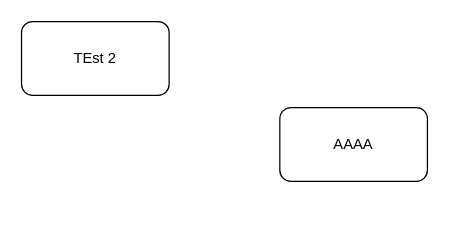
Above: Untitled Diagram.drawio in billy-pilger/quickstart-drupal (draw.io), before the change. Source tidied: cells renumbered, new cells numbered last; positions are measured from the earlier drawing's top-left corner, leaving out a move shared by most shapes. Both pictures are drawn from the tidied source at 123%, with x=0, y=0 at pixel (21, 21).
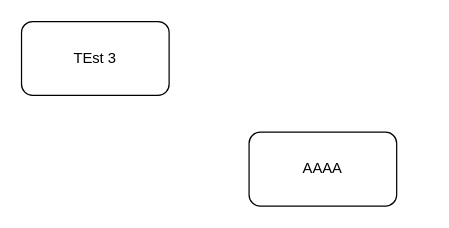
The same page after the edit.

Change to the diagram source:
```diff
@@
 <mxGraphModel>
   <root>
     <mxCell id="0" />
     <mxCell id="1" parent="0" />
-    <mxCell id="2" value="TEst 2" style="rounded=1;whiteSpace=wrap;html=1;" parent="1" vertex="1">
+    <mxCell id="2" value="TEst 3" style="rounded=1;whiteSpace=wrap;html=1;" parent="1" vertex="1">
       <mxGeometry width="120" height="60" as="geometry" />
     </mxCell>
     <mxCell id="3" value="AAAA" style="rounded=1;whiteSpace=wrap;html=1;" parent="1" vertex="1">
-      <mxGeometry x="210" y="70" width="120" height="60" as="geometry" />
+      <mxGeometry x="185" y="90" width="120" height="60" as="geometry" />
     </mxCell>
   </root>
 </mxGraphModel>
```
